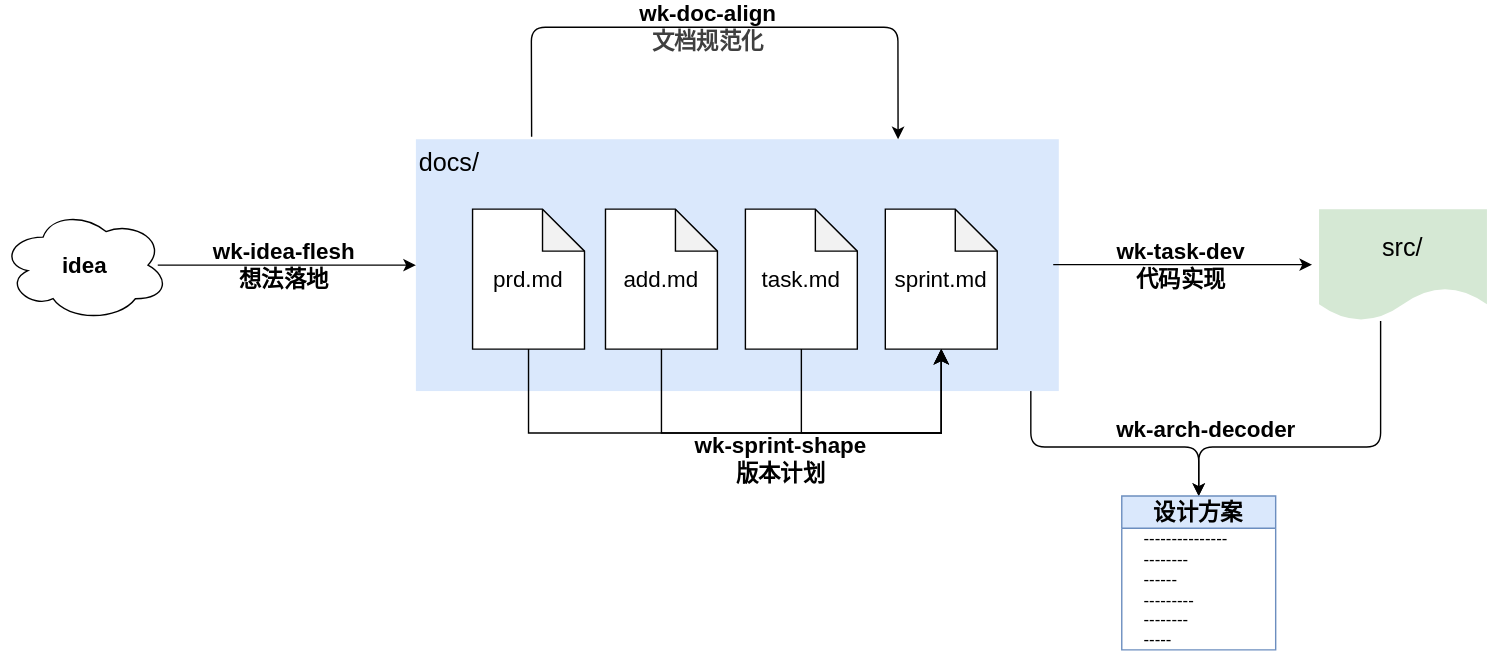
This is dev.drawio.svg from wkevin/skills, a draw.io export, as it was before one commit. Source tidied: cells renumbered, new cells last; positions are measured from the earlier drawing's top-left corner, leaving out a move shared by most shapes.
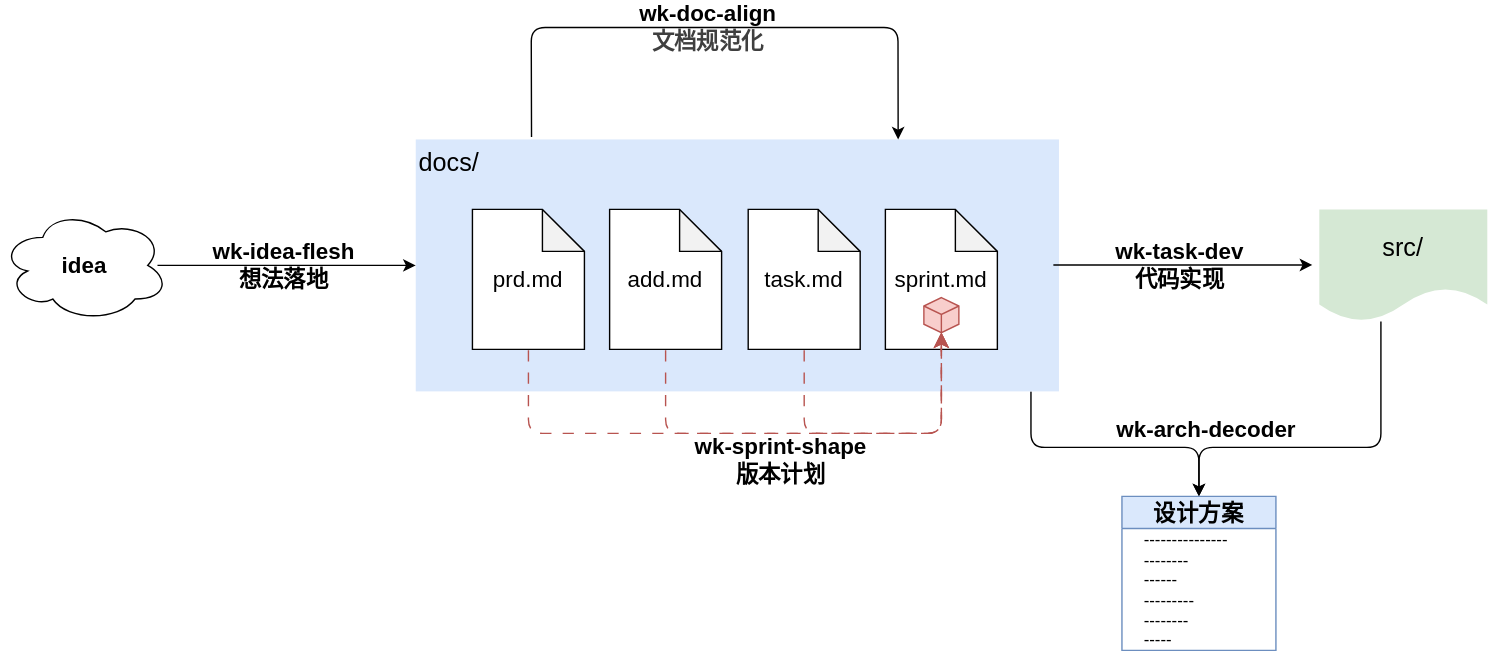
Later version of the same file.

Commit message:
优化示意图: wk-sprint-shape 还包括整理 sprint.md 的含义

Change to the diagram source:
```diff
@@ -18,10 +18,10 @@
       <mxGeometry x="337" y="130" width="80" height="100" as="geometry" />
     </mxCell>
     <mxCell id="5" value="add.md" style="shape=note;whiteSpace=wrap;html=1;backgroundOutline=1;darkOpacity=0.05;fontSize=16;fontStyle=0;" parent="1" vertex="1">
-      <mxGeometry x="432" y="130" width="80" height="100" as="geometry" />
+      <mxGeometry x="435" y="130" width="80" height="100" as="geometry" />
     </mxCell>
     <mxCell id="6" value="task.md" style="shape=note;whiteSpace=wrap;html=1;backgroundOutline=1;darkOpacity=0.05;fontSize=16;fontStyle=0;" parent="1" vertex="1">
-      <mxGeometry x="532" y="130" width="80" height="100" as="geometry" />
+      <mxGeometry x="534" y="130" width="80" height="100" as="geometry" />
     </mxCell>
     <mxCell id="7" value="sprint.md" style="shape=note;whiteSpace=wrap;html=1;backgroundOutline=1;darkOpacity=0.05;fontSize=16;fontStyle=0;" parent="1" vertex="1">
       <mxGeometry x="632" y="130" width="80" height="100" as="geometry" />
@@ -42,23 +42,23 @@
     <mxCell id="10" value="idea" style="ellipse;shape=cloud;whiteSpace=wrap;html=1;fontSize=16;fontStyle=1;" parent="1" vertex="1">
       <mxGeometry y="130" width="120" height="80" as="geometry" />
     </mxCell>
-    <mxCell id="11" style="edgeStyle=segmentEdgeStyle;endArrow=classic;html=1;curved=0;rounded=0;endSize=8;startSize=8;entryX=0.5;entryY=1;entryDx=0;entryDy=0;entryPerimeter=0;exitX=0.5;exitY=1;exitDx=0;exitDy=0;exitPerimeter=0;" parent="1" edge="1" source="6" target="7">
+    <mxCell id="11" style="edgeStyle=segmentEdgeStyle;endArrow=classic;html=1;curved=0;rounded=1;endSize=8;startSize=8;entryX=0.5;entryY=1;entryDx=0;entryDy=0;entryPerimeter=0;exitX=0.5;exitY=1;exitDx=0;exitDy=0;exitPerimeter=0;flowAnimation=1;fillColor=#f8cecc;strokeColor=#b85450;" parent="1" edge="1" source="6" target="21">
       <mxGeometry relative="1" as="geometry">
         <Array as="points">
-          <mxPoint x="612" y="290" />
-          <mxPoint x="732" y="290" />
+          <mxPoint x="574" y="290" />
+          <mxPoint x="672" y="290" />
         </Array>
       </mxGeometry>
     </mxCell>
-    <mxCell id="12" style="edgeStyle=segmentEdgeStyle;endArrow=classic;html=1;curved=0;rounded=0;endSize=8;startSize=8;entryX=0.5;entryY=1;entryDx=0;entryDy=0;entryPerimeter=0;exitX=0.5;exitY=1;exitDx=0;exitDy=0;exitPerimeter=0;" parent="1" edge="1" source="5" target="7">
+    <mxCell id="12" style="edgeStyle=segmentEdgeStyle;endArrow=classic;html=1;curved=0;rounded=1;endSize=8;startSize=8;entryX=0.5;entryY=1;entryDx=0;entryDy=0;entryPerimeter=0;exitX=0.5;exitY=1;exitDx=0;exitDy=0;exitPerimeter=0;flowAnimation=1;fillColor=#f8cecc;strokeColor=#b85450;" parent="1" edge="1" source="5" target="21">
       <mxGeometry relative="1" as="geometry">
         <Array as="points">
-          <mxPoint x="492" y="290" />
-          <mxPoint x="732" y="290" />
+          <mxPoint x="475" y="290" />
+          <mxPoint x="672" y="290" />
         </Array>
       </mxGeometry>
     </mxCell>
-    <mxCell id="13" style="edgeStyle=segmentEdgeStyle;endArrow=classic;html=1;curved=0;rounded=0;endSize=8;startSize=8;entryX=0.5;entryY=1;entryDx=0;entryDy=0;entryPerimeter=0;exitX=0.5;exitY=1;exitDx=0;exitDy=0;exitPerimeter=0;" parent="1" edge="1" source="4" target="7">
+    <mxCell id="13" style="edgeStyle=segmentEdgeStyle;endArrow=classic;html=1;curved=0;rounded=1;endSize=8;startSize=8;entryX=0.5;entryY=1;entryDx=0;entryDy=0;entryPerimeter=0;exitX=0.5;exitY=1;exitDx=0;exitDy=0;exitPerimeter=0;flowAnimation=1;fillColor=#f8cecc;strokeColor=#b85450;" parent="1" edge="1" source="4" target="21">
       <mxGeometry relative="1" as="geometry">
         <Array as="points">
           <mxPoint x="377" y="290" />
@@ -96,5 +96,8 @@
     <mxCell id="20" value="wk-arch-decoder" style="text;html=1;align=center;verticalAlign=middle;strokeColor=none;fillColor=none;fontSize=16;fontStyle=1;" parent="1" vertex="1">
       <mxGeometry x="791" y="272" width="140" height="30" as="geometry" />
     </mxCell>
+    <mxCell id="21" style="html=1;whiteSpace=wrap;shape=isoCube2;backgroundOutline=1;isoAngle=15;fillColor=#f8cecc;strokeColor=#b85450;" parent="1" vertex="1">
+      <mxGeometry x="659.5" y="193" width="25" height="25" as="geometry" />
+    </mxCell>
   </root>
 </mxGraphModel>
```
